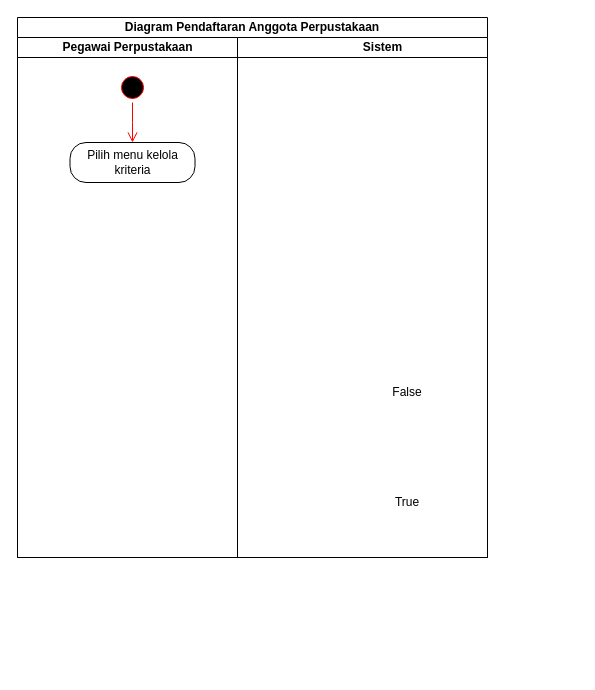
The draw.io diagram page "Kelola Data Anggota" (4 of 9) of Use case.drawio in DikiDrim/FileSkripsi, before the edit. Source tidied: cells renumbered, new cells numbered last; positions are measured from the earlier drawing's top-left corner, leaving out a move shared by most shapes. Both pictures are drawn from the tidied source at 100%, with x=0, y=0 at pixel (17, 17).
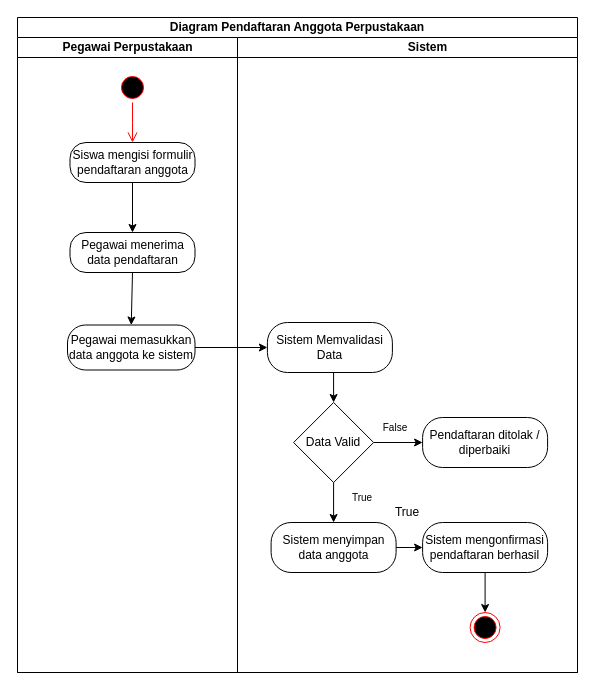
The same diagram, later.

What changed in the source:
```diff
@@
     <mxCell id="2" value="Diagram &lt;span style=&quot;&quot;&gt;Pendaftaran Anggota Perpustakaan&lt;/span&gt;" style="swimlane;html=1;startSize=20;whiteSpace=wrap;" parent="1" vertex="1">
-      <mxGeometry width="470" height="540" as="geometry" />
+      <mxGeometry width="560" height="655" as="geometry" />
     </mxCell>
     <mxCell id="3" value="Pegawai Perpustakaan" style="swimlane;html=1;startSize=20;" parent="2" vertex="1">
-      <mxGeometry y="20" width="220" height="520" as="geometry" />
+      <mxGeometry y="20" width="220" height="635" as="geometry" />
     </mxCell>
@@
-    <mxCell id="6" value="Pilih menu kelola kriteria" style="rounded=1;whiteSpace=wrap;html=1;arcSize=40;" parent="3" vertex="1">
+    <mxCell id="6" value="Siswa mengisi formulir pendaftaran anggota" style="rounded=1;whiteSpace=wrap;html=1;arcSize=40;" parent="3" vertex="1">
       <mxGeometry x="52.5" y="105" width="125" height="40" as="geometry" />
     </mxCell>
+    <mxCell id="10" value="Pegawai menerima data pendaftaran" style="rounded=1;whiteSpace=wrap;html=1;arcSize=40;" parent="3" vertex="1">
+      <mxGeometry x="52.5" y="195" width="125" height="40" as="geometry" />
+    </mxCell>
+    <mxCell id="11" style="endArrow=classic;html=1;rounded=0;exitX=0.5;exitY=1;exitDx=0;exitDy=0;entryX=0.5;entryY=0;entryDx=0;entryDy=0;" parent="3" edge="1" source="6" target="10">
+      <mxGeometry relative="1" as="geometry" />
+    </mxCell>
+    <mxCell id="12" value="Pegawai memasukkan data anggota ke sistem" style="rounded=1;whiteSpace=wrap;html=1;arcSize=40;" parent="3" vertex="1">
+      <mxGeometry x="50" y="287.5" width="127.5" height="45" as="geometry" />
+    </mxCell>
+    <mxCell id="13" style="endArrow=classic;html=1;rounded=0;exitX=0.5;exitY=1;exitDx=0;exitDy=0;entryX=0.5;entryY=0;entryDx=0;entryDy=0;" parent="3" edge="1" source="10" target="12">
+      <mxGeometry relative="1" as="geometry" />
+    </mxCell>
     <mxCell id="7" value="&lt;blockquote style=&quot;margin: 0 0 0 40px; border: none; padding: 0px;&quot;&gt;Sistem&lt;/blockquote&gt;" style="swimlane;html=1;startSize=20;swimlaneLine=1;" parent="2" vertex="1">
-      <mxGeometry x="220" y="20" width="250" height="520" as="geometry" />
+      <mxGeometry x="220" y="20" width="340" height="635" as="geometry" />
     </mxCell>
     <mxCell id="8" value="True" style="text;html=1;whiteSpace=wrap;strokeColor=none;fillColor=none;align=center;verticalAlign=middle;rounded=0;" parent="7" vertex="1">
-      <mxGeometry x="140" y="450" width="60" height="30" as="geometry" />
+      <mxGeometry x="140" y="460" width="60" height="30" as="geometry" />
     </mxCell>
+    <mxCell id="14" style="edgeStyle=orthogonalEdgeStyle;rounded=0;jettySize=auto;html=1;exitX=0.5;exitY=1;exitDx=0;exitDy=0;entryX=0.5;entryY=0;entryDx=0;entryDy=0;" parent="7" edge="1" source="15" target="19">
+      <mxGeometry relative="1" as="geometry" />
+    </mxCell>
+    <mxCell id="15" value="Sistem Memvalidasi Data" style="rounded=1;whiteSpace=wrap;html=1;arcSize=40;" parent="7" vertex="1">
+      <mxGeometry x="29.9" y="285" width="125" height="50" as="geometry" />
+    </mxCell>
+    <mxCell id="16" value="Pendaftaran ditolak / diperbaiki" style="rounded=1;whiteSpace=wrap;html=1;arcSize=40;" parent="7" vertex="1">
+      <mxGeometry x="185.1" y="380" width="125" height="50" as="geometry" />
+    </mxCell>
+    <mxCell id="17" style="edgeStyle=orthogonalEdgeStyle;rounded=0;jettySize=auto;html=1;exitX=1;exitY=0.5;exitDx=0;exitDy=0;entryX=0;entryY=0.5;entryDx=0;entryDy=0;" parent="7" edge="1" source="19" target="16">
+      <mxGeometry relative="1" as="geometry" />
+    </mxCell>
+    <mxCell id="18" style="edgeStyle=orthogonalEdgeStyle;rounded=0;jettySize=auto;html=1;exitX=0.5;exitY=1;exitDx=0;exitDy=0;entryX=0.5;entryY=0;entryDx=0;entryDy=0;" parent="7" edge="1" source="19" target="21">
+      <mxGeometry relative="1" as="geometry" />
+    </mxCell>
+    <mxCell id="19" value="Data Valid" style="rhombus;whiteSpace=wrap;html=1;" parent="7" vertex="1">
+      <mxGeometry x="56.1" y="365" width="80" height="80" as="geometry" />
+    </mxCell>
-    <mxCell id="9" value="False" style="text;html=1;whiteSpace=wrap;strokeColor=none;fillColor=none;align=center;verticalAlign=middle;rounded=0;" parent="7" vertex="1">
-      <mxGeometry x="140" y="340" width="60" height="30" as="geometry" />
+    <mxCell id="9" value="&lt;font style=&quot;font-size: 10px;&quot;&gt;False&lt;/font&gt;" style="text;html=1;whiteSpace=wrap;strokeColor=none;fillColor=none;align=center;verticalAlign=middle;rounded=0;" parent="7" vertex="1">
+      <mxGeometry x="128.1" y="375" width="60" height="30" as="geometry" />
     </mxCell>
+    <mxCell id="20" style="edgeStyle=orthogonalEdgeStyle;rounded=0;jettySize=auto;html=1;exitX=1;exitY=0.5;exitDx=0;exitDy=0;" parent="7" edge="1" source="21" target="24">
+      <mxGeometry relative="1" as="geometry" />
+    </mxCell>
+    <mxCell id="21" value="Sistem menyimpan data anggota" style="rounded=1;whiteSpace=wrap;html=1;arcSize=40;" parent="7" vertex="1">
+      <mxGeometry x="33.6" y="485" width="125" height="50" as="geometry" />
+    </mxCell>
+    <mxCell id="22" value="&lt;span style=&quot;font-size: 10px;&quot;&gt;True&lt;/span&gt;" style="text;html=1;whiteSpace=wrap;strokeColor=none;fillColor=none;align=center;verticalAlign=middle;rounded=0;" parent="7" vertex="1">
+      <mxGeometry x="94.9" y="445" width="60" height="30" as="geometry" />
+    </mxCell>
+    <mxCell id="23" style="rounded=0;jettySize=auto;html=1;exitX=0.5;exitY=1;exitDx=0;exitDy=0;entryX=0.5;entryY=0;entryDx=0;entryDy=0;" parent="7" edge="1" source="24" target="25">
+      <mxGeometry relative="1" as="geometry" />
+    </mxCell>
+    <mxCell id="24" value="Sistem mengonfirmasi pendaftaran berhasil" style="rounded=1;whiteSpace=wrap;html=1;arcSize=40;" parent="7" vertex="1">
+      <mxGeometry x="185.1" y="485" width="125" height="50" as="geometry" />
+    </mxCell>
+    <mxCell id="25" style="ellipse;html=1;shape=endState;fillColor=#000000;strokeColor=#ff0000;" parent="7" vertex="1">
+      <mxGeometry x="232.6" y="575" width="30" height="30" as="geometry" />
+    </mxCell>
+    <mxCell id="26" style="endArrow=classic;html=1;rounded=0;exitX=1;exitY=0.5;exitDx=0;exitDy=0;entryX=0;entryY=0.5;entryDx=0;entryDy=0;" parent="2" edge="1" source="12" target="15">
+      <mxGeometry relative="1" as="geometry" />
+    </mxCell>
```
